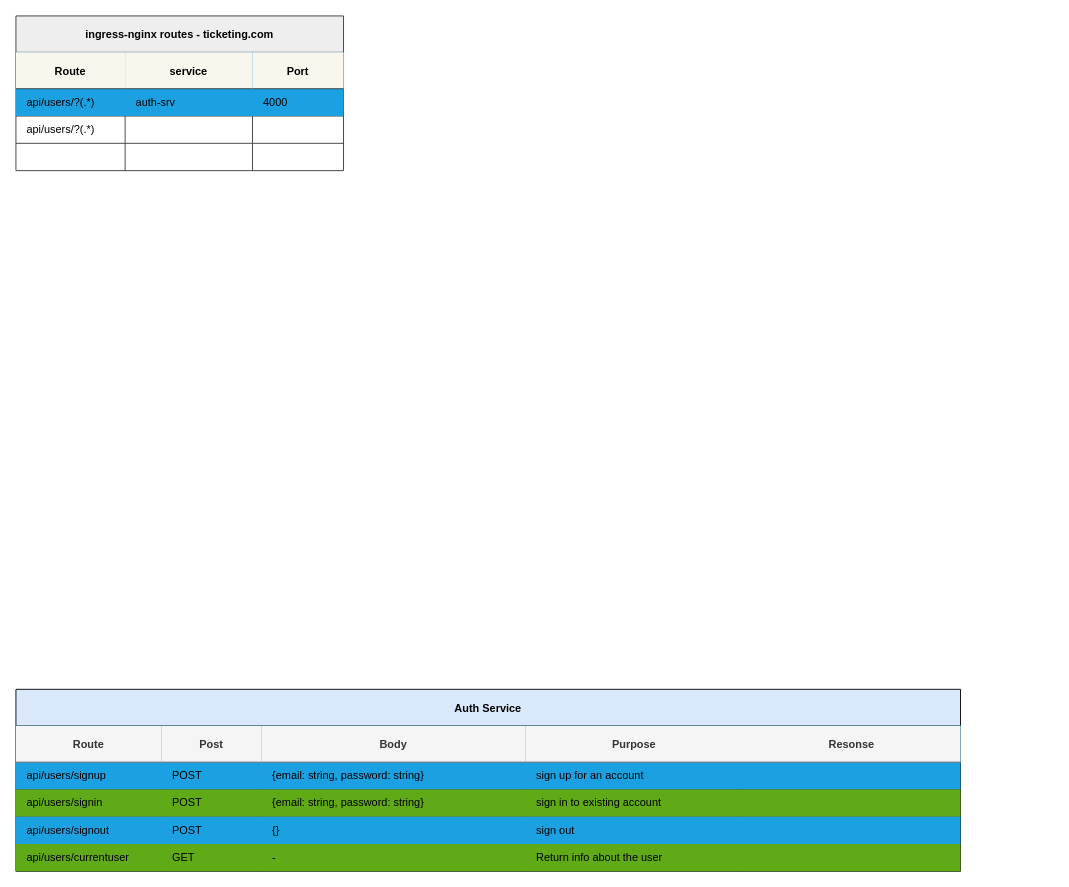
Before: diagrams/routes.drawio in kavishkamk/ticker-hub, a draw.io diagram. Source tidied: cells renumbered, new cells numbered last; positions are measured from the earlier drawing's top-left corner, leaving out a move shared by most shapes. Both pictures are drawn from the tidied source at 91%, with x=0, y=0 at pixel (15, 15).
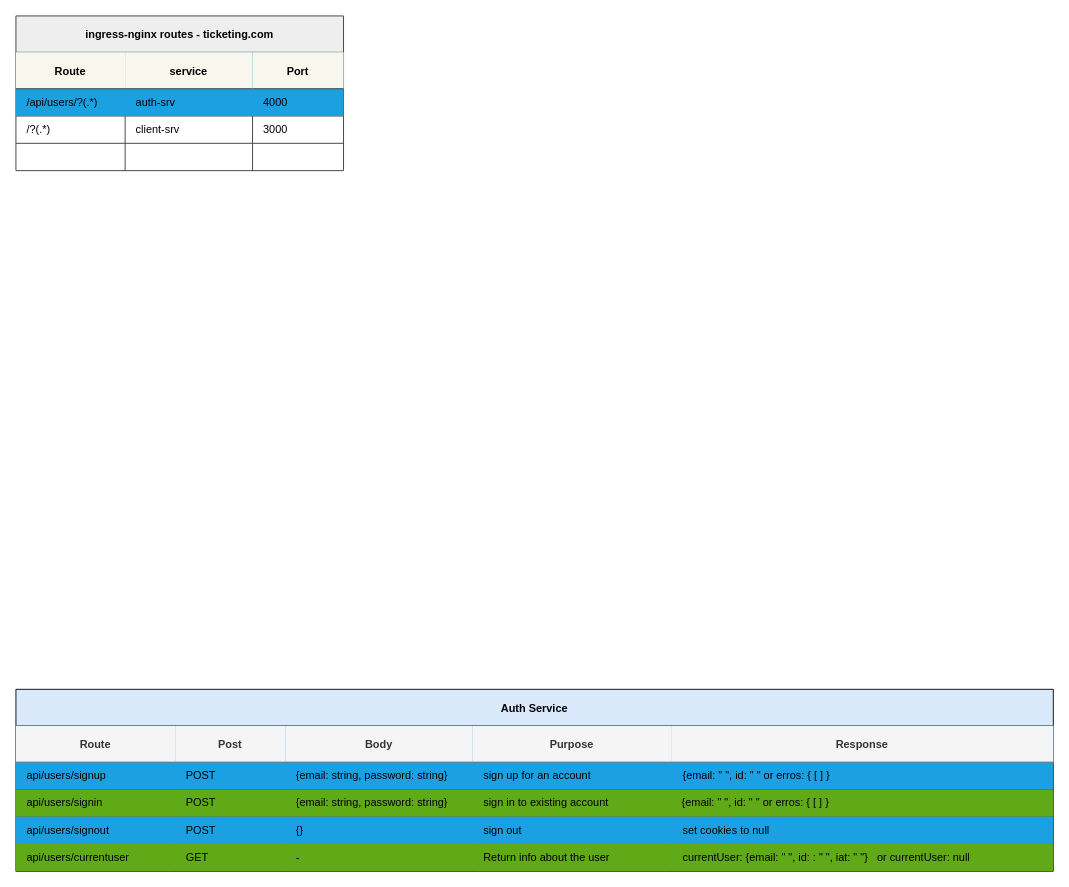
Above is the later version.

The change refers to these unchanged cells:
```xml
<mxCell id="45" value="Route" style="swimlane;swimlaneHead=0;swimlaneBody=0;fontStyle=0;fillColor=#f9f7ed;startSize=40;fontStyle=1;strokeColor=#36393d;" parent="44" vertex="1">
  <mxGeometry width="120" height="70" as="geometry" />
</mxCell>
<mxCell id="52" style="swimlane;swimlaneHead=0;swimlaneBody=0;fontStyle=0;fillColor=none;startSize=0;fontStyle=1;strokeColor=#000000;" parent="51" vertex="1">
  <mxGeometry width="120" height="30" as="geometry" />
</mxCell>
<mxCell id="54" style="swimlane;swimlaneHead=0;swimlaneBody=0;fontStyle=0;fillColor=none;startSize=0;fontStyle=1;strokeColor=#000000;" parent="51" vertex="1">
  <mxGeometry x="120" width="140" height="30" as="geometry" />
</mxCell>
<mxCell id="55" style="swimlane;swimlaneHead=0;swimlaneBody=0;fontStyle=0;fillColor=none;startSize=0;fontStyle=1;strokeColor=#000000;swimlaneFillColor=none;" parent="51" vertex="1">
  <mxGeometry x="260" width="100" height="30" as="geometry" />
</mxCell>
```

Change to the diagram source:
```diff
@@
     <mxCell id="2" value="Auth Service" style="shape=table;childLayout=tableLayout;startSize=40;fontStyle=1;fillColor=#dae8fc;strokeColor=#000000;columnLines=1;rowLines=1;" parent="1" vertex="1">
-      <mxGeometry y="740" width="1038" height="200" as="geometry" />
+      <mxGeometry y="740" width="1140" height="200" as="geometry" />
     </mxCell>
     <mxCell id="3" style="shape=tableRow;horizontal=0;startSize=0;swimlaneHead=0;swimlaneBody=0;top=0;left=0;bottom=0;right=0;fillColor=#1ba1e2;fontStyle=1;fontColor=#ffffff;strokeColor=#000000;" parent="2" vertex="1">
-      <mxGeometry y="40" width="1038" height="70" as="geometry" />
+      <mxGeometry y="40" width="1140" height="70" as="geometry" />
     </mxCell>
     <mxCell id="4" value="Route" style="swimlane;swimlaneHead=0;swimlaneBody=0;fontStyle=0;fillColor=#f5f5f5;startSize=40;fontStyle=1;fontColor=#333333;strokeColor=#666666;" parent="3" vertex="1">
-      <mxGeometry width="160" height="70" as="geometry" />
+      <mxGeometry width="175" height="70" as="geometry" />
     </mxCell>
@@
     <mxCell id="6" value="Post" style="swimlane;swimlaneHead=0;swimlaneBody=0;fontStyle=0;fillColor=#f5f5f5;startSize=40;fontStyle=1;fontColor=#333333;strokeColor=#666666;" parent="3" vertex="1">
-      <mxGeometry x="160" width="110" height="70" as="geometry" />
+      <mxGeometry x="175" width="121" height="70" as="geometry" />
     </mxCell>
@@
     <mxCell id="8" value="Body" style="swimlane;swimlaneHead=0;swimlaneBody=0;fontStyle=0;fillColor=#f5f5f5;startSize=40;fontStyle=1;fontColor=#333333;strokeColor=#666666;" parent="3" vertex="1">
-      <mxGeometry x="270" width="290" height="70" as="geometry" />
+      <mxGeometry x="296" width="206" height="70" as="geometry" />
     </mxCell>
@@
     <mxCell id="10" value="Purpose" style="swimlane;swimlaneHead=0;swimlaneBody=0;fontStyle=0;fillColor=#f5f5f5;startSize=40;fontStyle=1;fontColor=#333333;strokeColor=#666666;" parent="3" vertex="1">
-      <mxGeometry x="560" width="239" height="70" as="geometry" />
+      <mxGeometry x="502" width="218" height="70" as="geometry" />
     </mxCell>
@@
-    <mxCell id="12" value="Resonse" style="swimlane;swimlaneHead=0;swimlaneBody=0;fontStyle=0;fillColor=#f5f5f5;startSize=40;fontStyle=1;fontColor=#333333;strokeColor=#666666;" parent="3" vertex="1">
-      <mxGeometry x="799" width="239" height="70" as="geometry" />
+    <mxCell id="12" value="Response" style="swimlane;swimlaneHead=0;swimlaneBody=0;fontStyle=0;fillColor=#f5f5f5;startSize=40;fontStyle=1;fontColor=#333333;strokeColor=#666666;" parent="3" vertex="1">
+      <mxGeometry x="720" width="420" height="70" as="geometry" />
     </mxCell>
+    <mxCell id="60" value="{email: &quot; &quot;, id: &quot; &quot; or erros: { [ ] }" style="text;html=1;align=left;verticalAlign=middle;strokeColor=none;fillColor=none;" parent="12" vertex="1">
+      <mxGeometry x="11" y="40" width="190" height="30" as="geometry" />
+    </mxCell>
     <mxCell id="13" style="shape=tableRow;horizontal=0;startSize=0;swimlaneHead=0;swimlaneBody=0;top=0;left=0;bottom=0;right=0;fillColor=#60a917;fontStyle=1;fontColor=#ffffff;strokeColor=#2D7600;" parent="2" vertex="1">
-      <mxGeometry y="110" width="1038" height="30" as="geometry" />
+      <mxGeometry y="110" width="1140" height="30" as="geometry" />
     </mxCell>
     <mxCell id="14" style="swimlane;swimlaneHead=0;swimlaneBody=0;fontStyle=0;fillColor=none;startSize=0;fontStyle=1;" parent="13" vertex="1">
-      <mxGeometry width="160" height="30" as="geometry" />
+      <mxGeometry width="175" height="30" as="geometry" />
     </mxCell>
@@
     <mxCell id="16" style="swimlane;swimlaneHead=0;swimlaneBody=0;fontStyle=0;fillColor=none;startSize=0;fontStyle=1;" parent="13" vertex="1">
-      <mxGeometry x="160" width="110" height="30" as="geometry" />
+      <mxGeometry x="175" width="121" height="30" as="geometry" />
     </mxCell>
@@
     <mxCell id="18" style="swimlane;swimlaneHead=0;swimlaneBody=0;fontStyle=0;fillColor=#e1d5e7;startSize=0;fontStyle=1;strokeColor=#000000;" parent="13" vertex="1">
-      <mxGeometry x="270" width="290" height="30" as="geometry" />
+      <mxGeometry x="296" width="206" height="30" as="geometry" />
     </mxCell>
@@
     <mxCell id="20" style="swimlane;swimlaneHead=0;swimlaneBody=0;fontStyle=0;fillColor=none;startSize=0;fontStyle=1;" parent="13" vertex="1">
-      <mxGeometry x="560" width="239" height="30" as="geometry" />
+      <mxGeometry x="502" width="218" height="30" as="geometry" />
     </mxCell>
@@
     <mxCell id="22" style="swimlane;swimlaneHead=0;swimlaneBody=0;fontStyle=0;fillColor=none;startSize=0;fontStyle=1;" parent="13" vertex="1">
-      <mxGeometry x="799" width="239" height="30" as="geometry" />
+      <mxGeometry x="720" width="420" height="30" as="geometry" />
     </mxCell>
+    <mxCell id="61" style="swimlane;swimlaneHead=0;swimlaneBody=0;fontStyle=0;fillColor=none;startSize=0;fontStyle=1;" parent="22" vertex="1">
+      <mxGeometry width="240" height="30" as="geometry" />
+    </mxCell>
+    <mxCell id="62" value="{email: &quot; &quot;, id: &quot; &quot; or erros: { [ ] }" style="text;html=1;align=left;verticalAlign=middle;strokeColor=none;fillColor=none;" parent="61" vertex="1">
+      <mxGeometry x="10" width="190" height="30" as="geometry" />
+    </mxCell>
     <mxCell id="23" style="shape=tableRow;horizontal=0;startSize=0;swimlaneHead=0;swimlaneBody=0;top=0;left=0;bottom=0;right=0;fillColor=#1ba1e2;fontStyle=1;fontColor=#ffffff;strokeColor=#006EAF;" parent="2" vertex="1">
-      <mxGeometry y="140" width="1038" height="30" as="geometry" />
+      <mxGeometry y="140" width="1140" height="30" as="geometry" />
     </mxCell>
     <mxCell id="24" style="swimlane;swimlaneHead=0;swimlaneBody=0;fontStyle=0;fillColor=none;startSize=0;fontStyle=1;" parent="23" vertex="1">
-      <mxGeometry width="160" height="30" as="geometry" />
+      <mxGeometry width="175" height="30" as="geometry" />
     </mxCell>
@@
     <mxCell id="26" style="swimlane;swimlaneHead=0;swimlaneBody=0;fontStyle=0;fillColor=none;startSize=0;fontStyle=1;" parent="23" vertex="1">
-      <mxGeometry x="160" width="110" height="30" as="geometry" />
+      <mxGeometry x="175" width="121" height="30" as="geometry" />
     </mxCell>
@@
     <mxCell id="28" style="swimlane;swimlaneHead=0;swimlaneBody=0;fontStyle=0;fillColor=none;startSize=0;fontStyle=1;" parent="23" vertex="1">
-      <mxGeometry x="270" width="290" height="30" as="geometry" />
+      <mxGeometry x="296" width="206" height="30" as="geometry" />
     </mxCell>
@@
     <mxCell id="30" style="swimlane;swimlaneHead=0;swimlaneBody=0;fontStyle=0;fillColor=default;startSize=0;fontStyle=1;fontColor=#ffffff;strokeColor=#006EAF;" parent="23" vertex="1">
-      <mxGeometry x="560" width="239" height="30" as="geometry" />
+      <mxGeometry x="502" width="218" height="30" as="geometry" />
     </mxCell>
@@
     <mxCell id="32" style="swimlane;swimlaneHead=0;swimlaneBody=0;fontStyle=0;fillColor=default;startSize=0;fontStyle=1;fontColor=#ffffff;strokeColor=#006EAF;" parent="23" vertex="1">
-      <mxGeometry x="799" width="239" height="30" as="geometry" />
+      <mxGeometry x="720" width="420" height="30" as="geometry" />
     </mxCell>
+    <mxCell id="63" value="set cookies to null" style="text;html=1;align=left;verticalAlign=middle;strokeColor=none;fillColor=none;" parent="32" vertex="1">
+      <mxGeometry x="11" width="120" height="30" as="geometry" />
+    </mxCell>
     <mxCell id="33" style="shape=tableRow;horizontal=0;startSize=0;swimlaneHead=0;swimlaneBody=0;top=0;left=0;bottom=0;right=0;fillColor=#60a917;fontStyle=1;fontColor=#ffffff;strokeColor=#2D7600;" parent="2" vertex="1">
-      <mxGeometry y="170" width="1038" height="30" as="geometry" />
+      <mxGeometry y="170" width="1140" height="30" as="geometry" />
     </mxCell>
     <mxCell id="34" style="swimlane;swimlaneHead=0;swimlaneBody=0;fontStyle=0;fillColor=none;startSize=0;fontStyle=1;" parent="33" vertex="1">
-      <mxGeometry width="160" height="30" as="geometry" />
+      <mxGeometry width="175" height="30" as="geometry" />
     </mxCell>
@@
     <mxCell id="36" style="swimlane;swimlaneHead=0;swimlaneBody=0;fontStyle=0;fillColor=none;startSize=0;fontStyle=1;" parent="33" vertex="1">
-      <mxGeometry x="160" width="110" height="30" as="geometry" />
+      <mxGeometry x="175" width="121" height="30" as="geometry" />
     </mxCell>
@@
     <mxCell id="38" style="swimlane;swimlaneHead=0;swimlaneBody=0;fontStyle=0;fillColor=none;startSize=0;fontStyle=1;" parent="33" vertex="1">
-      <mxGeometry x="270" width="290" height="30" as="geometry" />
+      <mxGeometry x="296" width="206" height="30" as="geometry" />
     </mxCell>
@@
     <mxCell id="40" style="swimlane;swimlaneHead=0;swimlaneBody=0;fontStyle=0;fillColor=none;startSize=0;fontStyle=1;" parent="33" vertex="1">
-      <mxGeometry x="560" width="239" height="30" as="geometry" />
+      <mxGeometry x="502" width="218" height="30" as="geometry" />
     </mxCell>
@@
     <mxCell id="42" style="swimlane;swimlaneHead=0;swimlaneBody=0;fontStyle=0;fillColor=none;startSize=0;fontStyle=1;" parent="33" vertex="1">
-      <mxGeometry x="799" width="239" height="30" as="geometry" />
+      <mxGeometry x="720" width="420" height="30" as="geometry" />
     </mxCell>
+    <mxCell id="64" value="currentUser: {email: &quot; &quot;, id: : &quot; &quot;, iat: &quot; &quot;}&amp;nbsp; &amp;nbsp;or currentUser: null&amp;nbsp;" style="text;html=1;align=left;verticalAlign=middle;strokeColor=none;fillColor=none;" parent="42" vertex="1">
+      <mxGeometry x="11" width="340" height="30" as="geometry" />
+    </mxCell>
@@
-    <mxCell id="46" value="api/users/?(.*)" style="text;html=1;align=left;verticalAlign=middle;strokeColor=none;fillColor=none;" parent="45" vertex="1">
+    <mxCell id="46" value="/api/users/?(.*)" style="text;html=1;align=left;verticalAlign=middle;strokeColor=none;fillColor=none;" parent="45" vertex="1">
       <mxGeometry x="10" y="40" width="100" height="30" as="geometry" />
     </mxCell>
@@
-    <mxCell id="53" value="api/users/?(.*)" style="text;html=1;align=left;verticalAlign=middle;strokeColor=none;fillColor=none;" parent="52" vertex="1">
-      <mxGeometry x="10" width="100" height="30" as="geometry" />
+    <mxCell id="53" value="/?(.*)" style="text;html=1;align=left;verticalAlign=middle;strokeColor=none;fillColor=none;" parent="52" vertex="1">
+      <mxGeometry x="10" width="50" height="30" as="geometry" />
     </mxCell>
@@
+    <mxCell id="65" value="client-srv" style="text;html=1;align=left;verticalAlign=middle;strokeColor=none;fillColor=none;" parent="54" vertex="1">
+      <mxGeometry x="10" width="70" height="30" as="geometry" />
+    </mxCell>
@@
+    <mxCell id="66" value="3000" style="text;html=1;align=left;verticalAlign=middle;strokeColor=none;fillColor=none;" parent="55" vertex="1">
+      <mxGeometry x="10" width="50" height="30" as="geometry" />
+    </mxCell>
```
